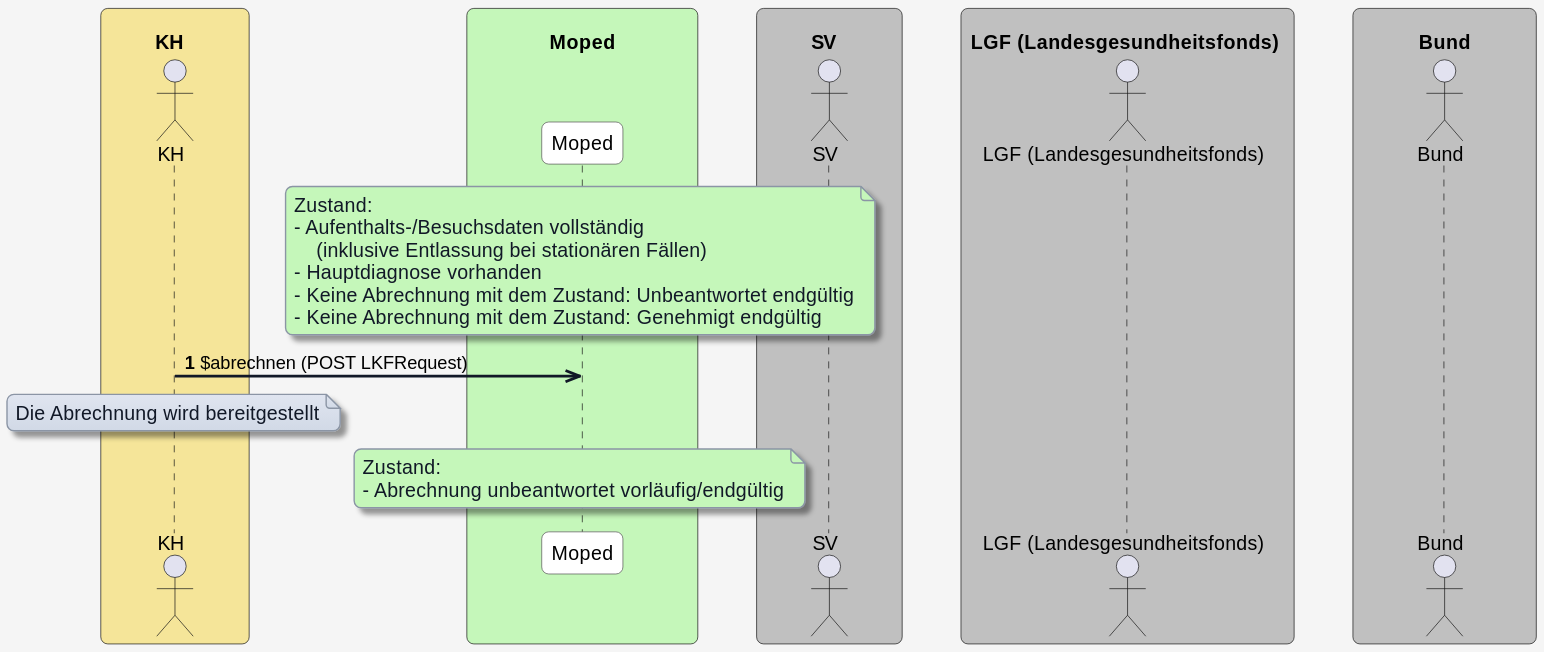
This is input/images/plantuml/moped-fall-abrechnen/abrechnen.svg from HL7Austria/ELGA-MOPED-R5, a PlantUML export, as it was before one commit. Source of this version:
```plantuml
@startuml
skinparam borderColor #000000
skinparam backgroundColor #f5f5f5
skinparam shadowing false
skinparam roundCorner 10
skinparam defaultFontName "Arial"
skinparam defaultFontSize 14
skinparam defaultFontColor #000000

skinparam note {
  BackgroundColor #e0e5f0-#d1d9e6
  BorderColor #8b95a5
  BorderThickness 1
  RoundCorner 8
  Padding 6
  FontColor #111827
  Shadowing true
}

skinparam HyperlinkColor #0000EE
skinparam HyperlinkUnderline false

skinparam sequence {
  ParticipantBorderColor #555555
  ParticipantBackgroundColor #ffffff
  ParticipantFontColor #000000
  ParticipantFontSize 14
  ParticipantPadding 20
  ArrowColor #111827
  ArrowThickness 2
  ArrowFontColor #000000
  ArrowFontSize 13
  GroupBorderColor #111827
  GroupBackgroundColor #f3f4f6
  GroupBorderThickness 1
}

skinparam BoxPadding 20
skinparam BoxBorderColor #555555


box "\n         KH           " #f5e599
  actor KH as "KH"
end box

box "\n              Moped              " #c5f7ba
  participant MP as "Moped"
end box

box "\n         SV           " #c0c0c0
  actor SV as "SV"
end box

box "\n LGF (Landesgesundheitsfonds)  " #c0c0c0
  actor LGF as "LGF (Landesgesundheitsfonds)"
end box

box "\n           Bund           " #c0c0c0
  actor Bund as "Bund"
end box

autonumber

note over MP #c5f7ba
Zustand:
- Aufenthalts-/Besuchsdaten vollständig
    (inklusive Entlassung bei stationären Fällen)
- Hauptdiagnose vorhanden
- Keine Abrechnung mit dem Zustand: Unbeantwortet endgültig
- Keine Abrechnung mit dem Zustand: Genehmigt endgültig
end note

KH ->> MP: $abrechnen (POST LKFRequest)
note over KH
Die Abrechnung wird bereitgestellt
end note

note over MP #c5f7ba
Zustand:
- Abrechnung unbeantwortet vorläufig/endgültig
end note
@enduml
```
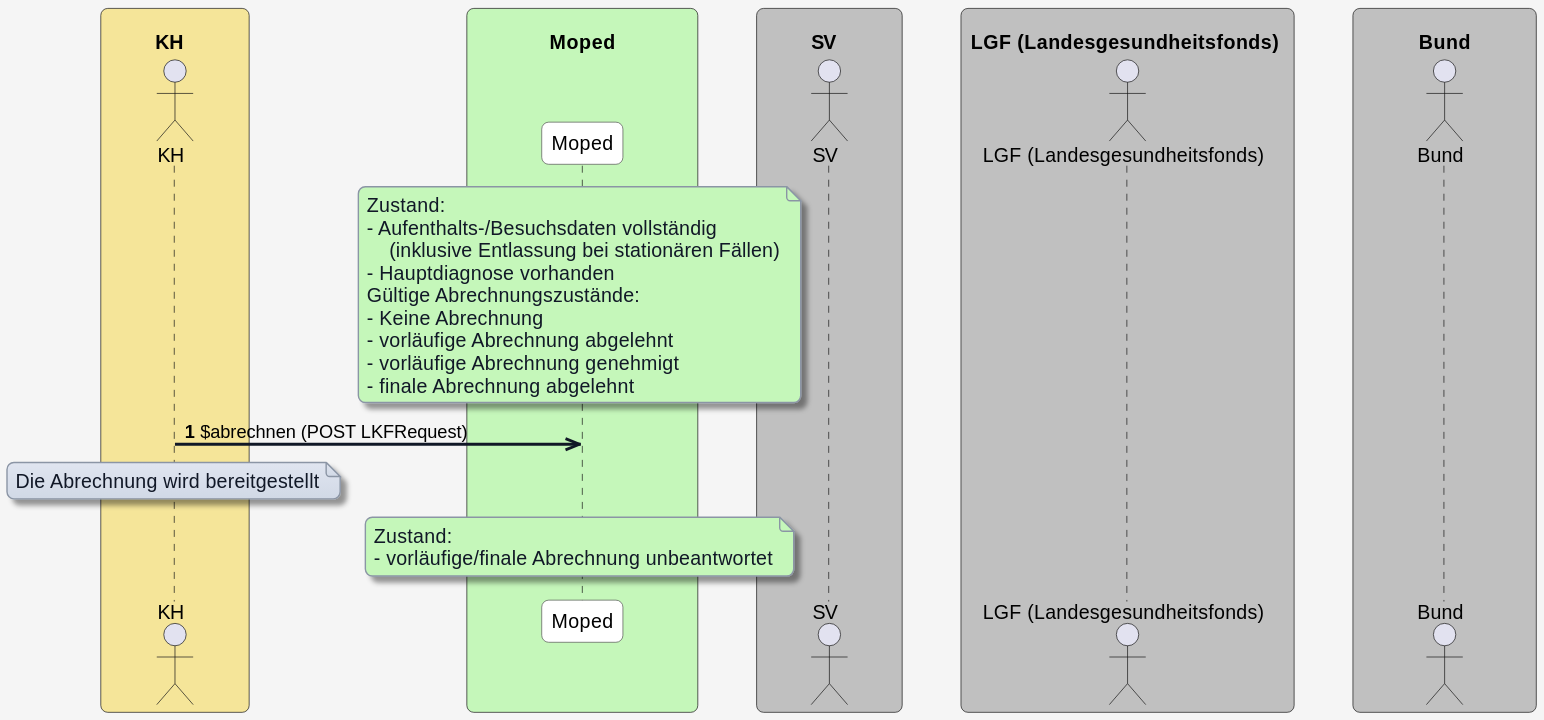
After the change.

What changed in the source:
```diff
@@ -66,8 +66,11 @@
 - Aufenthalts-/Besuchsdaten vollständig
     (inklusive Entlassung bei stationären Fällen)
 - Hauptdiagnose vorhanden
-- Keine Abrechnung mit dem Zustand: Unbeantwortet endgültig
-- Keine Abrechnung mit dem Zustand: Genehmigt endgültig
+Gültige Abrechnungszustände:
+- Keine Abrechnung
+- vorläufige Abrechnung abgelehnt
+- vorläufige Abrechnung genehmigt
+- finale Abrechnung abgelehnt
 end note
 
 KH ->> MP: $abrechnen (POST LKFRequest)
@@ -77,6 +80,6 @@
 
 note over MP #c5f7ba
 Zustand:
-- Abrechnung unbeantwortet vorläufig/endgültig
+- vorläufige/finale Abrechnung unbeantwortet
 end note
 @enduml
```
